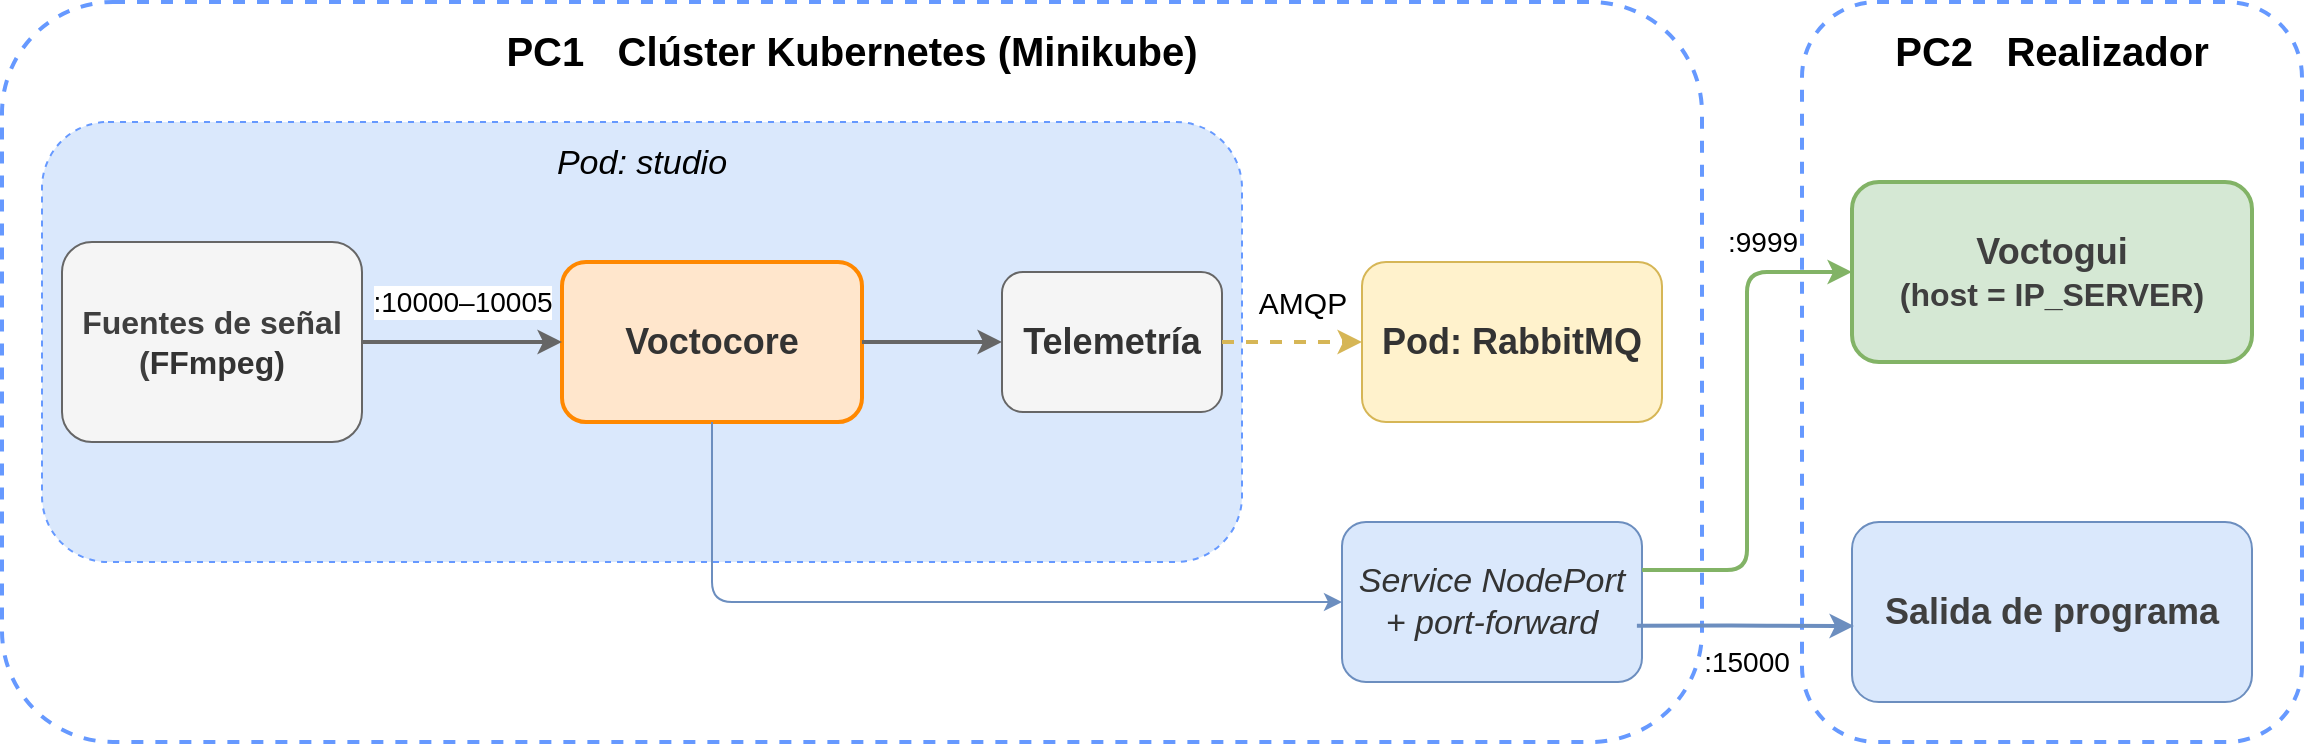
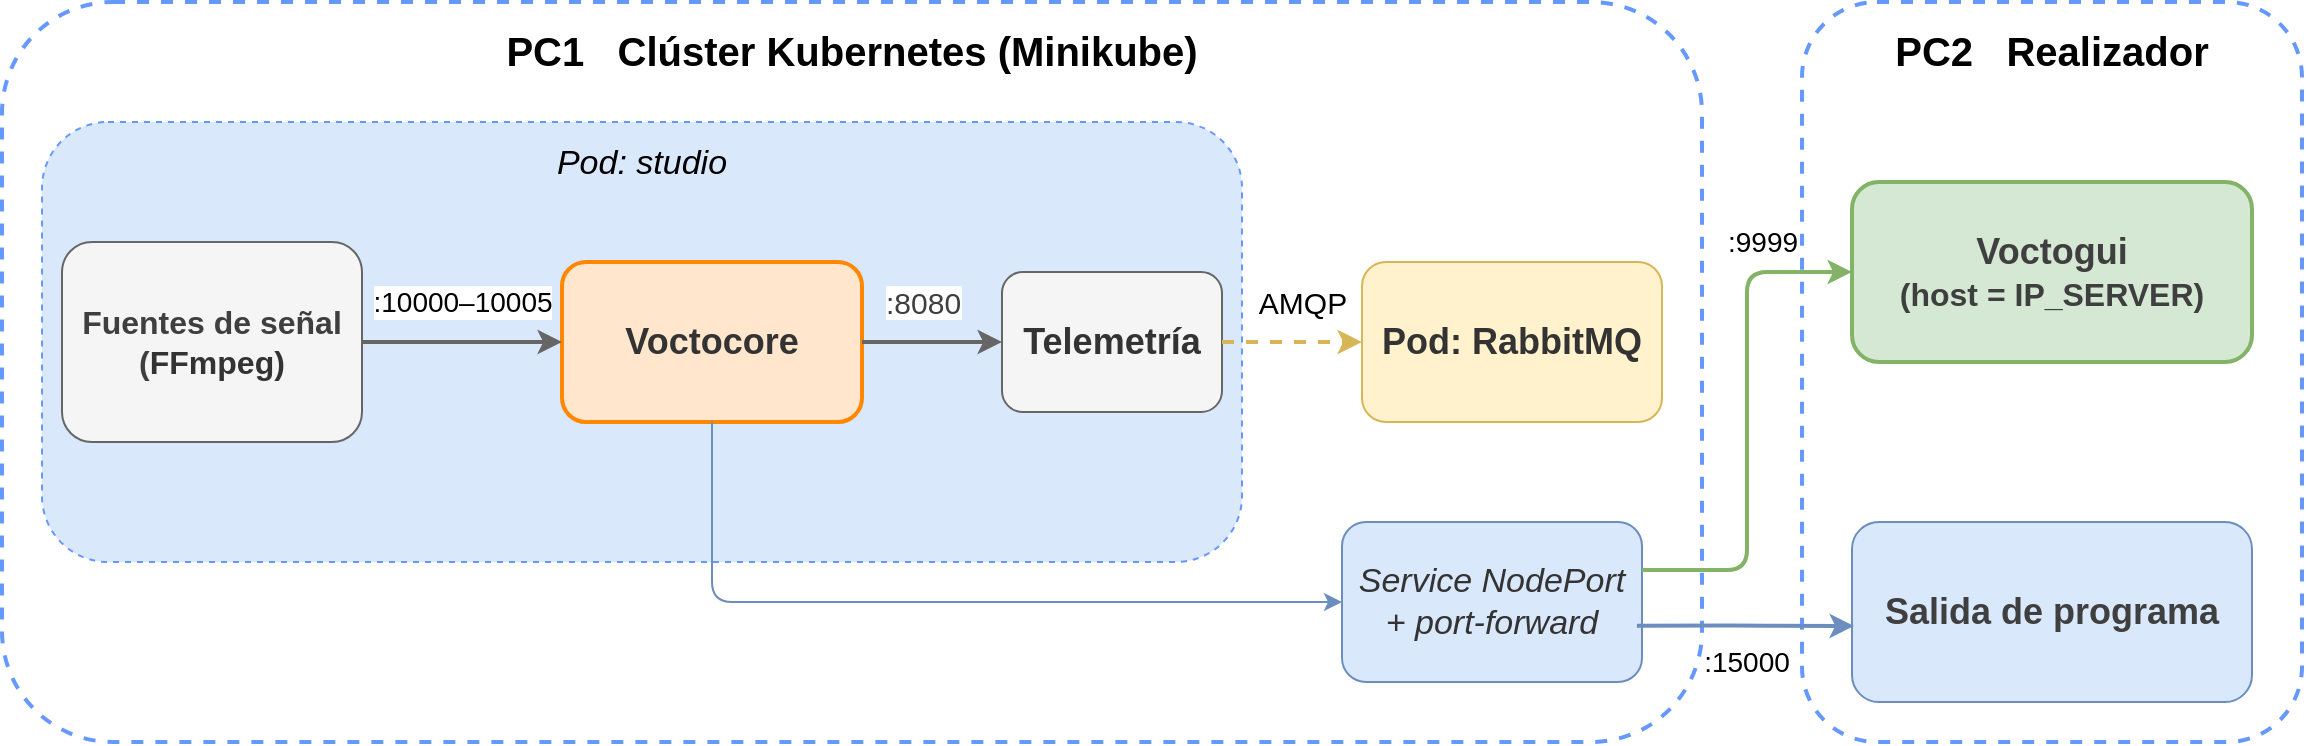
<mxfile host="65bd71144e">
    <diagram id="escenario_kubernetes" name="Escenario Kubernetes">
-         <mxGraphModel dx="391" dy="226" grid="1" gridSize="10" guides="1" tooltips="1" connect="1" arrows="1" fold="1" page="1" pageScale="1" pageWidth="1200" pageHeight="420" math="0" shadow="0">
+         <mxGraphModel dx="667" dy="386" grid="1" gridSize="10" guides="1" tooltips="1" connect="1" arrows="1" fold="1" page="1" pageScale="1" pageWidth="1200" pageHeight="420" math="0" shadow="0">
            <root>
                <mxCell id="0"/>
                <mxCell id="1" parent="0"/>
                <mxCell id="cluster" value="&lt;font style=&quot;font-size: 20px;&quot;&gt;PC1&amp;nbsp; &amp;nbsp;Clúster Kubernetes (Minikube)&lt;/font&gt;" style="rounded=1;whiteSpace=wrap;html=1;fillColor=none;strokeColor=#6699FF;strokeWidth=2;dashed=1;fontSize=13;fontStyle=1;verticalAlign=top;spacingTop=6;align=center;" parent="1" vertex="1">
                    <mxGeometry x="30" y="20" width="850" height="370" as="geometry"/>
                </mxCell>
                <mxCell id="pod_studio" value="&lt;font style=&quot;font-size: 17px;&quot;&gt;Pod: studio&lt;/font&gt;" style="rounded=1;whiteSpace=wrap;html=1;fillColor=#dae8fc;strokeColor=#6699FF;strokeWidth=1;dashed=1;fontSize=11;fontStyle=2;verticalAlign=top;spacingTop=4;align=center;" parent="1" vertex="1">
                    <mxGeometry x="50" y="80" width="600" height="220" as="geometry"/>
                </mxCell>
                <mxCell id="voctocore" value="&lt;font style=&quot;font-size: 18px;&quot;&gt;Voctocore&lt;/font&gt;" style="rounded=1;whiteSpace=wrap;html=1;fillColor=#FFE6CC;strokeColor=#FF8800;fontColor=#333333;fontSize=12;fontStyle=1;strokeWidth=2;" parent="1" vertex="1">
                    <mxGeometry x="310" y="150" width="150" height="80" as="geometry"/>
                </mxCell>
                <mxCell id="sources" value="&lt;font style=&quot;scrollbar-color: rgb(226, 226, 226) rgb(251, 251, 251); font-size: 16px; color: rgb(63, 63, 63);&quot;&gt;Fuentes de señal&lt;/font&gt;&lt;div style=&quot;scrollbar-color: rgb(226, 226, 226) rgb(251, 251, 251); color: rgb(63, 63, 63);&quot;&gt;&lt;font style=&quot;scrollbar-color: rgb(226, 226, 226) rgb(251, 251, 251); font-size: 16px; color: rgb(63, 63, 63);&quot;&gt;(&lt;span style=&quot;scrollbar-color: rgb(226, 226, 226) rgb(251, 251, 251); background-color: transparent; color: rgb(51, 51, 51);&quot;&gt;FFmpeg)&lt;/span&gt;&lt;/font&gt;&lt;/div&gt;" style="rounded=1;whiteSpace=wrap;html=1;fillColor=#f5f5f5;strokeColor=#666666;fontColor=#333333;fontSize=12;fontStyle=1;" parent="1" vertex="1">
                    <mxGeometry x="60" y="140" width="150" height="100" as="geometry"/>
                </mxCell>
                <mxCell id="telemetry" value="&lt;font style=&quot;font-size: 18px;&quot;&gt;Telemetría&lt;/font&gt;" style="rounded=1;whiteSpace=wrap;html=1;fillColor=#f5f5f5;strokeColor=#666666;fontColor=#333333;fontSize=12;fontStyle=1;" parent="1" vertex="1">
                    <mxGeometry x="530" y="155" width="110" height="70" as="geometry"/>
                </mxCell>
                <mxCell id="rabbitmq" value="&lt;font style=&quot;font-size: 18px;&quot;&gt;Pod: RabbitMQ&lt;/font&gt;" style="rounded=1;whiteSpace=wrap;html=1;fillColor=#fff2cc;strokeColor=#d6b656;fontColor=#333333;fontSize=12;fontStyle=1;" parent="1" vertex="1">
                    <mxGeometry x="710" y="150" width="150" height="80" as="geometry"/>
                </mxCell>
                <mxCell id="svc" value="&lt;font style=&quot;font-size: 17px;&quot;&gt;Service NodePort&lt;br&gt;+ port-forward&lt;/font&gt;" style="rounded=1;whiteSpace=wrap;html=1;fillColor=#dae8fc;strokeColor=#6c8ebf;fontColor=#333333;fontSize=11;fontStyle=2;" parent="1" vertex="1">
                    <mxGeometry x="700" y="280" width="150" height="80" as="geometry"/>
                </mxCell>
                <mxCell id="pc2" value="&lt;font style=&quot;font-size: 20px;&quot;&gt;PC2&amp;nbsp; &amp;nbsp;Realizador&lt;/font&gt;" style="rounded=1;whiteSpace=wrap;html=1;fillColor=none;strokeColor=#6699FF;strokeWidth=2;dashed=1;fontSize=13;fontStyle=1;verticalAlign=top;spacingTop=6;align=center;" parent="1" vertex="1">
                    <mxGeometry x="930" y="20" width="250" height="370" as="geometry"/>
                </mxCell>
                <mxCell id="voctogui" value="&lt;div style=&quot;scrollbar-color: rgb(226, 226, 226) rgb(251, 251, 251); color: rgb(63, 63, 63);&quot;&gt;&lt;font style=&quot;scrollbar-color: rgb(226, 226, 226) rgb(251, 251, 251); font-size: 18px; color: rgb(63, 63, 63);&quot;&gt;Voctogui&lt;/font&gt;&lt;/div&gt;&lt;font style=&quot;scrollbar-color: rgb(226, 226, 226) rgb(251, 251, 251); color: rgb(63, 63, 63);&quot;&gt;&lt;font style=&quot;scrollbar-color: rgb(226, 226, 226) rgb(251, 251, 251); font-size: 16px; color: rgb(63, 63, 63);&quot;&gt;(host = IP_SERVER)&lt;/font&gt;&lt;/font&gt;" style="rounded=1;whiteSpace=wrap;html=1;fillColor=#d5e8d4;strokeColor=#82b366;fontColor=#333333;fontSize=12;fontStyle=1;strokeWidth=2;" parent="1" vertex="1">
                    <mxGeometry x="955" y="110" width="200" height="90" as="geometry"/>
                </mxCell>
                <mxCell id="output" value="&lt;span style=&quot;color: rgb(63, 63, 63); font-size: 18px;&quot;&gt;Salida de programa&lt;/span&gt;" style="rounded=1;whiteSpace=wrap;html=1;fillColor=#dae8fc;strokeColor=#6c8ebf;fontColor=#333333;fontSize=12;fontStyle=1;" parent="1" vertex="1">
                    <mxGeometry x="955" y="280" width="200" height="90" as="geometry"/>
                </mxCell>
                <mxCell id="a1" value="&lt;font style=&quot;font-size: 14px;&quot;&gt;:10000–10005&lt;/font&gt;" style="edgeStyle=orthogonalEdgeStyle;html=1;fontSize=10;strokeWidth=2;strokeColor=#666666;exitX=1;exitY=0.5;exitDx=0;exitDy=0;entryX=0;entryY=0.5;entryDx=0;entryDy=0;" parent="1" source="sources" target="voctocore" edge="1">
                    <mxGeometry y="20" relative="1" as="geometry">
                        <Array as="points">
                            <mxPoint x="270" y="190"/>
                            <mxPoint x="270" y="190"/>
                        </Array>
                        <mxPoint as="offset"/>
                    </mxGeometry>
                </mxCell>
                <mxCell id="a2" value="" style="edgeStyle=orthogonalEdgeStyle;html=1;fontSize=10;strokeWidth=2;strokeColor=#666666;exitX=1;exitY=0.5;exitDx=0;exitDy=0;entryX=0;entryY=0.5;entryDx=0;entryDy=0;" parent="1" source="voctocore" target="telemetry" edge="1">
                    <mxGeometry relative="1" as="geometry"/>
                </mxCell>
                <mxCell id="a3" value="&lt;font style=&quot;font-size: 15px;&quot;&gt;AMQP&lt;/font&gt;" style="edgeStyle=orthogonalEdgeStyle;html=1;fontSize=10;strokeWidth=2;strokeColor=#d6b656;dashed=1;exitX=1;exitY=0.5;exitDx=0;exitDy=0;entryX=0;entryY=0.5;entryDx=0;entryDy=0;" parent="1" source="telemetry" target="rabbitmq" edge="1">
                    <mxGeometry x="0.1429" y="20" relative="1" as="geometry">
                        <mxPoint as="offset"/>
                    </mxGeometry>
                </mxCell>
                <mxCell id="a5" value="" style="edgeStyle=orthogonalEdgeStyle;html=1;fontSize=10;strokeWidth=1;strokeColor=#6c8ebf;exitX=0.5;exitY=1;exitDx=0;exitDy=0;" parent="1" source="voctocore" edge="1">
                    <mxGeometry relative="1" as="geometry">
                        <mxPoint x="700" y="320" as="targetPoint"/>
                        <Array as="points">
                            <mxPoint x="385" y="320"/>
                        </Array>
                    </mxGeometry>
                </mxCell>
                <mxCell id="a6" value="&lt;font style=&quot;font-size: 14px;&quot;&gt;:9999&lt;/font&gt;" style="edgeStyle=orthogonalEdgeStyle;html=1;fontSize=10;strokeWidth=2;strokeColor=#82b366;exitX=1;exitY=0.3;exitDx=0;exitDy=0;entryX=0;entryY=0.5;entryDx=0;entryDy=0;" parent="1" source="svc" target="voctogui" edge="1">
                    <mxGeometry x="0.6416" y="15" relative="1" as="geometry">
                        <mxPoint as="offset"/>
                    </mxGeometry>
                </mxCell>
                <mxCell id="a7" value="&lt;font style=&quot;font-size: 14px;&quot;&gt;:15000&lt;/font&gt;" style="edgeStyle=orthogonalEdgeStyle;html=1;fontSize=10;strokeWidth=2;strokeColor=#6c8ebf;exitX=0.983;exitY=0.648;exitDx=0;exitDy=0;exitPerimeter=0;entryX=0.005;entryY=0.578;entryDx=0;entryDy=0;entryPerimeter=0;" parent="1" source="svc" target="output" edge="1">
                    <mxGeometry x="0.0485" y="-18" relative="1" as="geometry">
                        <mxPoint x="920" y="326" as="targetPoint"/>
                        <Array as="points"/>
                        <mxPoint x="-2" as="offset"/>
                    </mxGeometry>
                </mxCell>
+                 <mxCell id="3" value="&lt;span style=&quot;color: rgb(63, 63, 63); font-family: Helvetica; font-size: 15px; font-style: normal; font-variant-ligatures: normal; font-variant-caps: normal; font-weight: 400; letter-spacing: normal; orphans: 2; text-align: center; text-indent: 0px; text-transform: none; widows: 2; word-spacing: 0px; -webkit-text-stroke-width: 0px; white-space: nowrap; background-color: rgb(255, 255, 255); text-decoration-thickness: initial; text-decoration-style: initial; text-decoration-color: initial; float: none; display: inline !important;&quot;&gt;:8080&lt;/span&gt;" style="text;whiteSpace=wrap;html=1;" vertex="1" parent="1">
+                     <mxGeometry x="470" y="155" width="130" height="40" as="geometry"/>
+                 </mxCell>
            </root>
        </mxGraphModel>
    </diagram>
</mxfile>